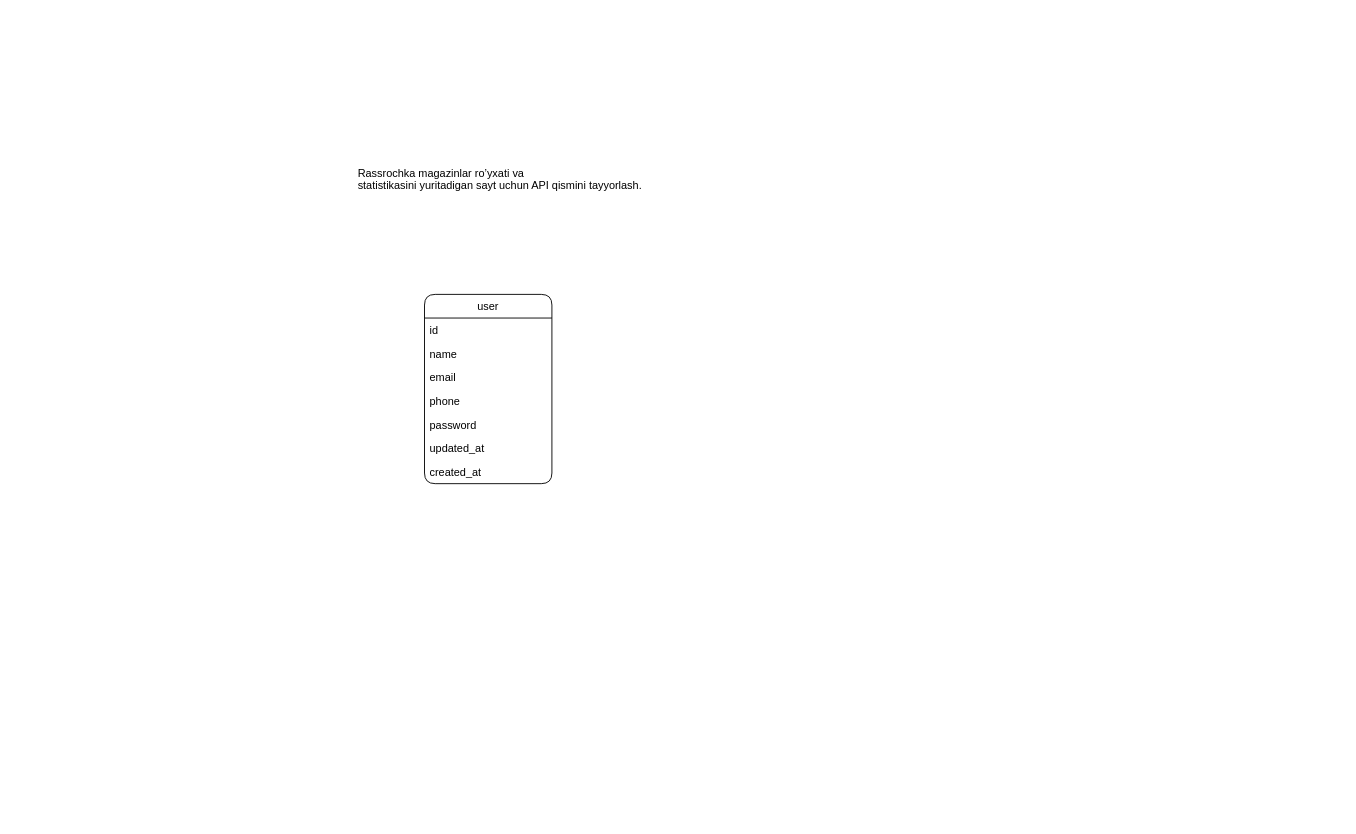
The draw.io diagram laravel-tz.drawio in kudratov25/laravel-branches-resource, before the edit. Source tidied: cells renumbered, new cells numbered last; positions are measured from the earlier drawing's top-left corner, leaving out a move shared by most shapes. Both pictures are drawn from the tidied source at 91%, with x=0, y=0 at pixel (356, 149).
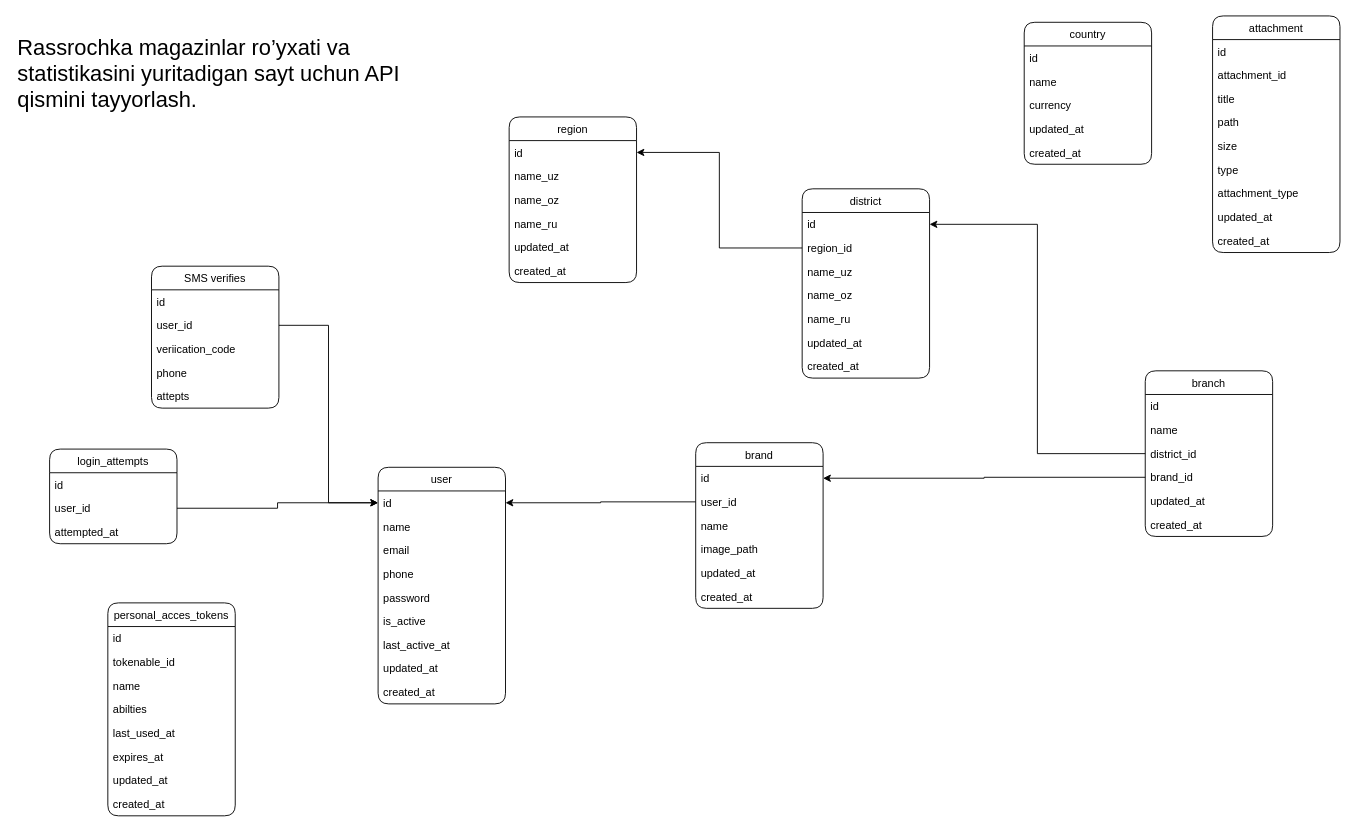
Above is the later version.

The change refers to these unchanged cells:
```xml
<mxCell id="3" value="id" style="text;strokeColor=none;fillColor=none;align=left;verticalAlign=top;spacingLeft=4;spacingRight=4;overflow=hidden;points=[[0,0.5],[1,0.5]];portConstraint=eastwest;" parent="2" vertex="1">
  <mxGeometry y="26" width="140" height="26" as="geometry" />
</mxCell>
```

Diff of the diagram source:
```diff
@@
     <mxCell id="2" value="user" style="swimlane;fontStyle=0;horizontal=1;startSize=26;fillColor=none;rounded=1;swimlaneLine=1;" parent="1" vertex="1">
-      <mxGeometry x="75" y="159" width="140" height="208" as="geometry" />
+      <mxGeometry x="24" y="349" width="140" height="260" as="geometry" />
     </mxCell>
@@
+    <mxCell id="11" value="is_active" style="text;strokeColor=none;fillColor=none;align=left;verticalAlign=top;spacingLeft=4;spacingRight=4;overflow=hidden;" parent="2" vertex="1">
+      <mxGeometry y="156" width="140" height="26" as="geometry" />
+    </mxCell>
+    <mxCell id="12" value="last_active_at" style="text;strokeColor=none;fillColor=none;align=left;verticalAlign=top;spacingLeft=4;spacingRight=4;overflow=hidden;" parent="2" vertex="1">
+      <mxGeometry y="182" width="140" height="26" as="geometry" />
+    </mxCell>
     <mxCell id="8" value="updated_at" style="text;strokeColor=none;fillColor=none;align=left;verticalAlign=top;spacingLeft=4;spacingRight=4;overflow=hidden;" parent="2" vertex="1">
-      <mxGeometry y="156" width="140" height="26" as="geometry" />
+      <mxGeometry y="208" width="140" height="26" as="geometry" />
     </mxCell>
     <mxCell id="9" value="created_at" style="text;strokeColor=none;fillColor=none;align=left;verticalAlign=top;spacingLeft=4;spacingRight=4;overflow=hidden;" parent="2" vertex="1">
-      <mxGeometry y="182" width="140" height="26" as="geometry" />
+      <mxGeometry y="234" width="140" height="26" as="geometry" />
     </mxCell>
-    <mxCell id="10" value="&lt;p class=&quot;MsoNormal&quot;&gt;&lt;span lang=&quot;EN-US&quot;&gt;Rassrochka magazinlar ro’yxati va&#10;statistikasini yuritadigan sayt uchun API qismini tayyorlash.&lt;/span&gt;&lt;/p&gt;" style="text;whiteSpace=wrap;html=1;" parent="1" vertex="1">
-      <mxGeometry width="340" height="75" as="geometry" />
+    <mxCell id="10" value="&lt;p class=&quot;MsoNormal&quot;&gt;&lt;span lang=&quot;EN-US&quot;&gt;&lt;font style=&quot;font-size: 24px;&quot;&gt;Rassrochka magazinlar ro’yxati va&lt;br&gt;statistikasini yuritadigan sayt uchun API qismini tayyorlash.&lt;/font&gt;&lt;/span&gt;&lt;/p&gt;" style="text;whiteSpace=wrap;html=1;" parent="1" vertex="1">
+      <mxGeometry x="-374" y="-145" width="489" height="115" as="geometry" />
     </mxCell>
+    <mxCell id="13" value="district" style="swimlane;fontStyle=0;horizontal=1;startSize=26;fillColor=none;rounded=1;swimlaneLine=1;" parent="1" vertex="1">
+      <mxGeometry x="490" y="43" width="140" height="208" as="geometry" />
+    </mxCell>
+    <mxCell id="14" value="id" style="text;strokeColor=none;fillColor=none;align=left;verticalAlign=top;spacingLeft=4;spacingRight=4;overflow=hidden;points=[[0,0.5],[1,0.5]];portConstraint=eastwest;" parent="13" vertex="1">
+      <mxGeometry y="26" width="140" height="26" as="geometry" />
+    </mxCell>
+    <mxCell id="15" value="region_id" style="text;strokeColor=none;fillColor=none;align=left;verticalAlign=top;spacingLeft=4;spacingRight=4;overflow=hidden;points=[[0,0.5],[1,0.5]];portConstraint=eastwest;" parent="13" vertex="1">
+      <mxGeometry y="52" width="140" height="26" as="geometry" />
+    </mxCell>
+    <mxCell id="16" value="name_uz" style="text;strokeColor=none;fillColor=none;align=left;verticalAlign=top;spacingLeft=4;spacingRight=4;overflow=hidden;" parent="13" vertex="1">
+      <mxGeometry y="78" width="140" height="26" as="geometry" />
+    </mxCell>
+    <mxCell id="17" value="name_oz" style="text;strokeColor=none;fillColor=none;align=left;verticalAlign=top;spacingLeft=4;spacingRight=4;overflow=hidden;" parent="13" vertex="1">
+      <mxGeometry y="104" width="140" height="26" as="geometry" />
+    </mxCell>
+    <mxCell id="18" value="name_ru" style="text;strokeColor=none;fillColor=none;align=left;verticalAlign=top;spacingLeft=4;spacingRight=4;overflow=hidden;" parent="13" vertex="1">
+      <mxGeometry y="130" width="140" height="26" as="geometry" />
+    </mxCell>
+    <mxCell id="19" value="updated_at" style="text;strokeColor=none;fillColor=none;align=left;verticalAlign=top;spacingLeft=4;spacingRight=4;overflow=hidden;" parent="13" vertex="1">
+      <mxGeometry y="156" width="140" height="26" as="geometry" />
+    </mxCell>
+    <mxCell id="20" value="created_at" style="text;strokeColor=none;fillColor=none;align=left;verticalAlign=top;spacingLeft=4;spacingRight=4;overflow=hidden;" parent="13" vertex="1">
+      <mxGeometry y="182" width="140" height="26" as="geometry" />
+    </mxCell>
+    <mxCell id="21" value="branch" style="swimlane;fontStyle=0;horizontal=1;startSize=26;fillColor=none;rounded=1;swimlaneLine=1;" parent="1" vertex="1">
+      <mxGeometry x="867" y="243" width="140" height="182" as="geometry" />
+    </mxCell>
+    <mxCell id="22" value="id" style="text;strokeColor=none;fillColor=none;align=left;verticalAlign=top;spacingLeft=4;spacingRight=4;overflow=hidden;" parent="21" vertex="1">
+      <mxGeometry y="26" width="140" height="26" as="geometry" />
+    </mxCell>
+    <mxCell id="23" value="name" style="text;strokeColor=none;fillColor=none;align=left;verticalAlign=top;spacingLeft=4;spacingRight=4;overflow=hidden;" parent="21" vertex="1">
+      <mxGeometry y="52" width="140" height="26" as="geometry" />
+    </mxCell>
+    <mxCell id="24" value="district_id" style="text;strokeColor=none;fillColor=none;align=left;verticalAlign=top;spacingLeft=4;spacingRight=4;overflow=hidden;points=[[0,0.5],[1,0.5]];portConstraint=eastwest;" parent="21" vertex="1">
+      <mxGeometry y="78" width="140" height="26" as="geometry" />
+    </mxCell>
+    <mxCell id="25" value="brand_id" style="text;strokeColor=none;fillColor=none;align=left;verticalAlign=top;spacingLeft=4;spacingRight=4;overflow=hidden;points=[[0,0.5],[1,0.5]];portConstraint=eastwest;" parent="21" vertex="1">
+      <mxGeometry y="104" width="140" height="26" as="geometry" />
+    </mxCell>
+    <mxCell id="26" value="updated_at" style="text;strokeColor=none;fillColor=none;align=left;verticalAlign=top;spacingLeft=4;spacingRight=4;overflow=hidden;" parent="21" vertex="1">
+      <mxGeometry y="130" width="140" height="26" as="geometry" />
+    </mxCell>
+    <mxCell id="27" value="created_at" style="text;strokeColor=none;fillColor=none;align=left;verticalAlign=top;spacingLeft=4;spacingRight=4;overflow=hidden;" parent="21" vertex="1">
+      <mxGeometry y="156" width="140" height="26" as="geometry" />
+    </mxCell>
+    <mxCell id="28" value="attachment" style="swimlane;fontStyle=0;horizontal=1;startSize=26;fillColor=none;rounded=1;swimlaneLine=1;" parent="1" vertex="1">
+      <mxGeometry x="941" y="-147" width="140" height="260" as="geometry" />
+    </mxCell>
+    <mxCell id="29" value="id" style="text;strokeColor=none;fillColor=none;align=left;verticalAlign=top;spacingLeft=4;spacingRight=4;overflow=hidden;" parent="28" vertex="1">
+      <mxGeometry y="26" width="140" height="26" as="geometry" />
+    </mxCell>
+    <mxCell id="30" value="attachment_id" style="text;strokeColor=none;fillColor=none;align=left;verticalAlign=top;spacingLeft=4;spacingRight=4;overflow=hidden;" parent="28" vertex="1">
+      <mxGeometry y="52" width="140" height="26" as="geometry" />
+    </mxCell>
+    <mxCell id="31" value="title" style="text;strokeColor=none;fillColor=none;align=left;verticalAlign=top;spacingLeft=4;spacingRight=4;overflow=hidden;" parent="28" vertex="1">
+      <mxGeometry y="78" width="140" height="26" as="geometry" />
+    </mxCell>
+    <mxCell id="32" value="path" style="text;strokeColor=none;fillColor=none;align=left;verticalAlign=top;spacingLeft=4;spacingRight=4;overflow=hidden;" parent="28" vertex="1">
+      <mxGeometry y="104" width="140" height="26" as="geometry" />
+    </mxCell>
+    <mxCell id="33" value="size" style="text;strokeColor=none;fillColor=none;align=left;verticalAlign=top;spacingLeft=4;spacingRight=4;overflow=hidden;" parent="28" vertex="1">
+      <mxGeometry y="130" width="140" height="26" as="geometry" />
+    </mxCell>
+    <mxCell id="34" value="type" style="text;strokeColor=none;fillColor=none;align=left;verticalAlign=top;spacingLeft=4;spacingRight=4;overflow=hidden;" parent="28" vertex="1">
+      <mxGeometry y="156" width="140" height="26" as="geometry" />
+    </mxCell>
+    <mxCell id="35" value="attachment_type" style="text;strokeColor=none;fillColor=none;align=left;verticalAlign=top;spacingLeft=4;spacingRight=4;overflow=hidden;" parent="28" vertex="1">
+      <mxGeometry y="182" width="140" height="26" as="geometry" />
+    </mxCell>
+    <mxCell id="36" value="updated_at" style="text;strokeColor=none;fillColor=none;align=left;verticalAlign=top;spacingLeft=4;spacingRight=4;overflow=hidden;" parent="28" vertex="1">
+      <mxGeometry y="208" width="140" height="26" as="geometry" />
+    </mxCell>
+    <mxCell id="37" value="created_at" style="text;strokeColor=none;fillColor=none;align=left;verticalAlign=top;spacingLeft=4;spacingRight=4;overflow=hidden;" parent="28" vertex="1">
+      <mxGeometry y="234" width="140" height="26" as="geometry" />
+    </mxCell>
+    <mxCell id="38" value="country" style="swimlane;fontStyle=0;horizontal=1;startSize=26;fillColor=none;rounded=1;swimlaneLine=1;" parent="1" vertex="1">
+      <mxGeometry x="734" y="-140" width="140" height="156" as="geometry" />
+    </mxCell>
+    <mxCell id="39" value="id" style="text;strokeColor=none;fillColor=none;align=left;verticalAlign=top;spacingLeft=4;spacingRight=4;overflow=hidden;" parent="38" vertex="1">
+      <mxGeometry y="26" width="140" height="26" as="geometry" />
+    </mxCell>
+    <mxCell id="40" value="name" style="text;strokeColor=none;fillColor=none;align=left;verticalAlign=top;spacingLeft=4;spacingRight=4;overflow=hidden;" parent="38" vertex="1">
+      <mxGeometry y="52" width="140" height="26" as="geometry" />
+    </mxCell>
+    <mxCell id="41" value="currency" style="text;strokeColor=none;fillColor=none;align=left;verticalAlign=top;spacingLeft=4;spacingRight=4;overflow=hidden;" parent="38" vertex="1">
+      <mxGeometry y="78" width="140" height="26" as="geometry" />
+    </mxCell>
+    <mxCell id="42" value="updated_at" style="text;strokeColor=none;fillColor=none;align=left;verticalAlign=top;spacingLeft=4;spacingRight=4;overflow=hidden;" parent="38" vertex="1">
+      <mxGeometry y="104" width="140" height="26" as="geometry" />
+    </mxCell>
+    <mxCell id="43" value="created_at" style="text;strokeColor=none;fillColor=none;align=left;verticalAlign=top;spacingLeft=4;spacingRight=4;overflow=hidden;" parent="38" vertex="1">
+      <mxGeometry y="130" width="140" height="26" as="geometry" />
+    </mxCell>
+    <mxCell id="44" value="brand" style="swimlane;fontStyle=0;horizontal=1;startSize=26;fillColor=none;rounded=1;swimlaneLine=1;" parent="1" vertex="1">
+      <mxGeometry x="373" y="322" width="140" height="182" as="geometry" />
+    </mxCell>
+    <mxCell id="45" value="id" style="text;strokeColor=none;fillColor=none;align=left;verticalAlign=top;spacingLeft=4;spacingRight=4;overflow=hidden;points=[[0,0.5],[1,0.5]];portConstraint=eastwest;" parent="44" vertex="1">
+      <mxGeometry y="26" width="140" height="26" as="geometry" />
+    </mxCell>
+    <mxCell id="46" value="user_id" style="text;strokeColor=none;fillColor=none;align=left;verticalAlign=top;spacingLeft=4;spacingRight=4;overflow=hidden;points=[[0,0.5],[1,0.5]];portConstraint=eastwest;" parent="44" vertex="1">
+      <mxGeometry y="52" width="140" height="26" as="geometry" />
+    </mxCell>
+    <mxCell id="47" value="name" style="text;strokeColor=none;fillColor=none;align=left;verticalAlign=top;spacingLeft=4;spacingRight=4;overflow=hidden;" parent="44" vertex="1">
+      <mxGeometry y="78" width="140" height="26" as="geometry" />
+    </mxCell>
+    <mxCell id="48" value="image_path" style="text;strokeColor=none;fillColor=none;align=left;verticalAlign=top;spacingLeft=4;spacingRight=4;overflow=hidden;" parent="44" vertex="1">
+      <mxGeometry y="104" width="140" height="26" as="geometry" />
+    </mxCell>
+    <mxCell id="49" value="updated_at" style="text;strokeColor=none;fillColor=none;align=left;verticalAlign=top;spacingLeft=4;spacingRight=4;overflow=hidden;" parent="44" vertex="1">
+      <mxGeometry y="130" width="140" height="26" as="geometry" />
+    </mxCell>
+    <mxCell id="50" value="created_at" style="text;strokeColor=none;fillColor=none;align=left;verticalAlign=top;spacingLeft=4;spacingRight=4;overflow=hidden;" parent="44" vertex="1">
+      <mxGeometry y="156" width="140" height="26" as="geometry" />
+    </mxCell>
+    <mxCell id="51" value="region" style="swimlane;fontStyle=0;horizontal=1;startSize=26;fillColor=none;rounded=1;swimlaneLine=1;" parent="1" vertex="1">
+      <mxGeometry x="168" y="-36" width="140" height="182" as="geometry" />
+    </mxCell>
+    <mxCell id="52" value="id" style="text;strokeColor=none;fillColor=none;align=left;verticalAlign=top;spacingLeft=4;spacingRight=4;overflow=hidden;points=[[0,0.5],[1,0.5]];portConstraint=eastwest;" parent="51" vertex="1">
+      <mxGeometry y="26" width="140" height="26" as="geometry" />
+    </mxCell>
+    <mxCell id="53" value="name_uz" style="text;strokeColor=none;fillColor=none;align=left;verticalAlign=top;spacingLeft=4;spacingRight=4;overflow=hidden;" parent="51" vertex="1">
+      <mxGeometry y="52" width="140" height="26" as="geometry" />
+    </mxCell>
+    <mxCell id="54" value="name_oz" style="text;strokeColor=none;fillColor=none;align=left;verticalAlign=top;spacingLeft=4;spacingRight=4;overflow=hidden;" parent="51" vertex="1">
+      <mxGeometry y="78" width="140" height="26" as="geometry" />
+    </mxCell>
+    <mxCell id="55" value="name_ru" style="text;strokeColor=none;fillColor=none;align=left;verticalAlign=top;spacingLeft=4;spacingRight=4;overflow=hidden;" parent="51" vertex="1">
+      <mxGeometry y="104" width="140" height="26" as="geometry" />
+    </mxCell>
+    <mxCell id="56" value="updated_at" style="text;strokeColor=none;fillColor=none;align=left;verticalAlign=top;spacingLeft=4;spacingRight=4;overflow=hidden;" parent="51" vertex="1">
+      <mxGeometry y="130" width="140" height="26" as="geometry" />
+    </mxCell>
+    <mxCell id="57" value="created_at" style="text;strokeColor=none;fillColor=none;align=left;verticalAlign=top;spacingLeft=4;spacingRight=4;overflow=hidden;" parent="51" vertex="1">
+      <mxGeometry y="156" width="140" height="26" as="geometry" />
+    </mxCell>
+    <mxCell id="58" style="edgeStyle=orthogonalEdgeStyle;rounded=0;jettySize=auto;html=1;exitX=0;exitY=0.5;exitDx=0;exitDy=0;" parent="1" edge="1" source="46" target="3">
+      <mxGeometry relative="1" as="geometry" />
+    </mxCell>
+    <mxCell id="59" style="edgeStyle=orthogonalEdgeStyle;rounded=0;jettySize=auto;html=1;exitX=0;exitY=0.5;exitDx=0;exitDy=0;" parent="1" edge="1" source="25" target="45">
+      <mxGeometry relative="1" as="geometry" />
+    </mxCell>
+    <mxCell id="60" style="edgeStyle=orthogonalEdgeStyle;rounded=0;jettySize=auto;html=1;exitX=0;exitY=0.5;exitDx=0;exitDy=0;" parent="1" edge="1" source="24" target="14">
+      <mxGeometry relative="1" as="geometry" />
+    </mxCell>
+    <mxCell id="61" style="edgeStyle=orthogonalEdgeStyle;rounded=0;jettySize=auto;html=1;exitX=0;exitY=0.5;exitDx=0;exitDy=0;" parent="1" edge="1" source="15" target="52">
+      <mxGeometry relative="1" as="geometry" />
+    </mxCell>
+    <mxCell id="62" value="login_attempts" style="swimlane;fontStyle=0;horizontal=1;startSize=26;fillColor=none;rounded=1;swimlaneLine=1;" parent="1" vertex="1">
+      <mxGeometry x="-337" y="329" width="140" height="104" as="geometry" />
+    </mxCell>
+    <mxCell id="63" value="id" style="text;strokeColor=none;fillColor=none;align=left;verticalAlign=top;spacingLeft=4;spacingRight=4;overflow=hidden;" parent="62" vertex="1">
+      <mxGeometry y="26" width="140" height="26" as="geometry" />
+    </mxCell>
+    <mxCell id="64" value="user_id" style="text;strokeColor=none;fillColor=none;align=left;verticalAlign=top;spacingLeft=4;spacingRight=4;overflow=hidden;points=[[0,0.5],[1,0.5]];portConstraint=eastwest;" parent="62" vertex="1">
+      <mxGeometry y="52" width="140" height="26" as="geometry" />
+    </mxCell>
+    <mxCell id="65" value="attempted_at" style="text;strokeColor=none;fillColor=none;align=left;verticalAlign=top;spacingLeft=4;spacingRight=4;overflow=hidden;" parent="62" vertex="1">
+      <mxGeometry y="78" width="140" height="26" as="geometry" />
+    </mxCell>
+    <mxCell id="66" value="personal_acces_tokens" style="swimlane;fontStyle=0;horizontal=1;startSize=26;fillColor=none;rounded=1;swimlaneLine=1;" parent="1" vertex="1">
+      <mxGeometry x="-273" y="498" width="140" height="234" as="geometry" />
+    </mxCell>
+    <mxCell id="67" value="id" style="text;strokeColor=none;fillColor=none;align=left;verticalAlign=top;spacingLeft=4;spacingRight=4;overflow=hidden;" parent="66" vertex="1">
+      <mxGeometry y="26" width="140" height="26" as="geometry" />
+    </mxCell>
+    <mxCell id="68" value="tokenable_id" style="text;strokeColor=none;fillColor=none;align=left;verticalAlign=top;spacingLeft=4;spacingRight=4;overflow=hidden;" parent="66" vertex="1">
+      <mxGeometry y="52" width="140" height="26" as="geometry" />
+    </mxCell>
+    <mxCell id="69" value="name" style="text;strokeColor=none;fillColor=none;align=left;verticalAlign=top;spacingLeft=4;spacingRight=4;overflow=hidden;" parent="66" vertex="1">
+      <mxGeometry y="78" width="140" height="26" as="geometry" />
+    </mxCell>
+    <mxCell id="70" value="abilties" style="text;strokeColor=none;fillColor=none;align=left;verticalAlign=top;spacingLeft=4;spacingRight=4;overflow=hidden;" parent="66" vertex="1">
+      <mxGeometry y="104" width="140" height="26" as="geometry" />
+    </mxCell>
+    <mxCell id="71" value="last_used_at" style="text;strokeColor=none;fillColor=none;align=left;verticalAlign=top;spacingLeft=4;spacingRight=4;overflow=hidden;" parent="66" vertex="1">
+      <mxGeometry y="130" width="140" height="26" as="geometry" />
+    </mxCell>
+    <mxCell id="72" value="expires_at" style="text;strokeColor=none;fillColor=none;align=left;verticalAlign=top;spacingLeft=4;spacingRight=4;overflow=hidden;" parent="66" vertex="1">
+      <mxGeometry y="156" width="140" height="26" as="geometry" />
+    </mxCell>
+    <mxCell id="73" value="updated_at" style="text;strokeColor=none;fillColor=none;align=left;verticalAlign=top;spacingLeft=4;spacingRight=4;overflow=hidden;" parent="66" vertex="1">
+      <mxGeometry y="182" width="140" height="26" as="geometry" />
+    </mxCell>
+    <mxCell id="74" value="created_at" style="text;strokeColor=none;fillColor=none;align=left;verticalAlign=top;spacingLeft=4;spacingRight=4;overflow=hidden;" parent="66" vertex="1">
+      <mxGeometry y="208" width="140" height="26" as="geometry" />
+    </mxCell>
+    <mxCell id="75" value="SMS verifies" style="swimlane;fontStyle=0;horizontal=1;startSize=26;fillColor=none;rounded=1;swimlaneLine=1;" parent="1" vertex="1">
+      <mxGeometry x="-225" y="128" width="140" height="156" as="geometry" />
+    </mxCell>
+    <mxCell id="76" value="id" style="text;strokeColor=none;fillColor=none;align=left;verticalAlign=top;spacingLeft=4;spacingRight=4;overflow=hidden;" parent="75" vertex="1">
+      <mxGeometry y="26" width="140" height="26" as="geometry" />
+    </mxCell>
+    <mxCell id="77" value="user_id" style="text;strokeColor=none;fillColor=none;align=left;verticalAlign=top;spacingLeft=4;spacingRight=4;overflow=hidden;points=[[0,0.5],[1,0.5]];portConstraint=eastwest;" parent="75" vertex="1">
+      <mxGeometry y="52" width="140" height="26" as="geometry" />
+    </mxCell>
+    <mxCell id="78" value="veriication_code" style="text;strokeColor=none;fillColor=none;align=left;verticalAlign=top;spacingLeft=4;spacingRight=4;overflow=hidden;" parent="75" vertex="1">
+      <mxGeometry y="78" width="140" height="26" as="geometry" />
+    </mxCell>
+    <mxCell id="79" value="phone" style="text;strokeColor=none;fillColor=none;align=left;verticalAlign=top;spacingLeft=4;spacingRight=4;overflow=hidden;" parent="75" vertex="1">
+      <mxGeometry y="104" width="140" height="26" as="geometry" />
+    </mxCell>
+    <mxCell id="80" value="attepts" style="text;strokeColor=none;fillColor=none;align=left;verticalAlign=top;spacingLeft=4;spacingRight=4;overflow=hidden;" parent="75" vertex="1">
+      <mxGeometry y="130" width="140" height="26" as="geometry" />
+    </mxCell>
+    <mxCell id="81" style="edgeStyle=orthogonalEdgeStyle;rounded=0;jettySize=auto;html=1;exitX=1;exitY=0.5;exitDx=0;exitDy=0;entryX=0;entryY=0.5;entryDx=0;entryDy=0;" parent="1" edge="1" source="77" target="3">
+      <mxGeometry relative="1" as="geometry" />
+    </mxCell>
+    <mxCell id="82" style="edgeStyle=orthogonalEdgeStyle;rounded=0;jettySize=auto;html=1;exitX=1;exitY=0.5;exitDx=0;exitDy=0;" parent="1" edge="1" source="64" target="3">
+      <mxGeometry relative="1" as="geometry" />
+    </mxCell>
```
